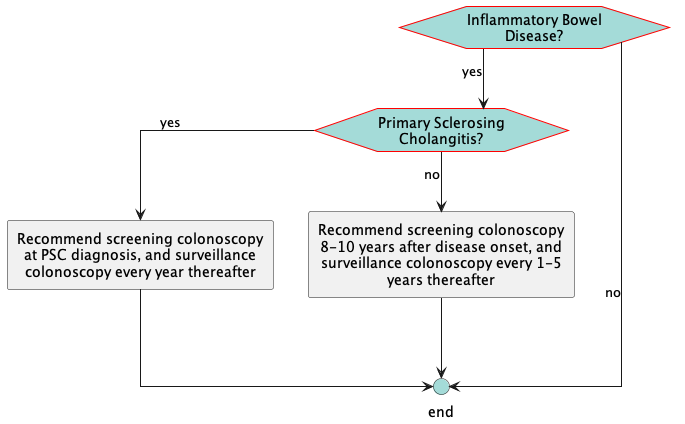
This is images/flow-IBD.png from ccsm-cds-tools/CDC-Colorectal-Cancer-Screening-CDS-L2, a PlantUML export, as it was before one commit. Source of this version:
```plantuml
@startuml
hide stereotype
skinparam linetype ortho
<style>
hexagon {
    MaximumWidth: 150
    BackGroundColor: A4DBD8
    LineThickness: 1
    LineColor: red
    HorizontalAlignment: center
}
rectangle {
    MaximumWidth: 250
    HorizontalAlignment: center
}
.end {
    BackGroundColor: #A4DBD8
}
</style>
hexagon "Inflammatory Bowel Disease?" as eve_IBD [[#eve-IBD]]
hexagon "Primary Sclerosing Cholangitis?" as eve_PSC [[#eve-PSC]]
rectangle "Recommend screening colonoscopy at PSC diagnosis, and surveillance colonoscopy every year thereafter" as act_PSCSurveillance [[#act-PSCSurveillance]]
rectangle "Recommend screening colonoscopy 8-10 years after disease onset, and surveillance colonoscopy every 1-5 years thereafter" as act_IBDSurveillance [[#act-IBDSurveillance]]
circle "end" as end_1 <<end>>
eve_IBD-->eve_PSC: yes
eve_IBD-->end_1: no
eve_PSC-->act_PSCSurveillance: yes
eve_PSC-->act_IBDSurveillance: no
act_PSCSurveillance-->end_1
act_IBDSurveillance-->end_1
@enduml
```
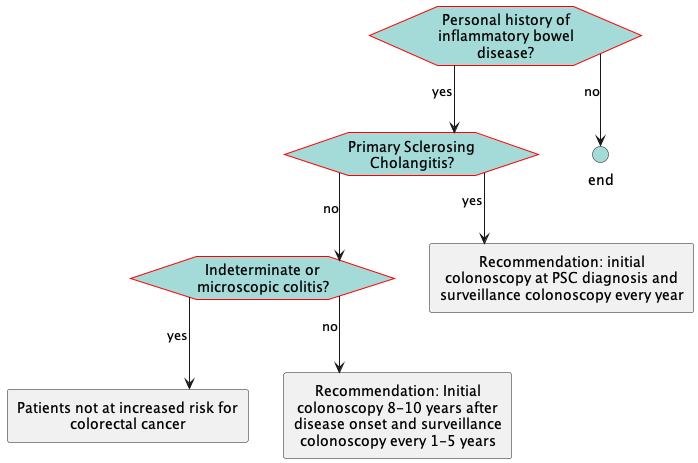
The same file after the commit.

Diff of the diagram source:
```diff
@@ -17,15 +17,17 @@
     BackGroundColor: #A4DBD8
 }
 </style>
-hexagon "Inflammatory Bowel Disease?" as eve_IBD [[#eve-IBD]]
+hexagon "Personal history of inflammatory bowel disease?" as eve_IBD [[#eve-IBD]]
 hexagon "Primary Sclerosing Cholangitis?" as eve_PSC [[#eve-PSC]]
-rectangle "Recommend screening colonoscopy at PSC diagnosis, and surveillance colonoscopy every year thereafter" as act_PSCSurveillance [[#act-PSCSurveillance]]
-rectangle "Recommend screening colonoscopy 8-10 years after disease onset, and surveillance colonoscopy every 1-5 years thereafter" as act_IBDSurveillance [[#act-IBDSurveillance]]
+hexagon "Indeterminate or microscopic colitis?" as eve_otherColitis [[#eve-otherColitis]]
 circle "end" as end_1 <<end>>
+rectangle "Recommendation: initial colonoscopy at PSC diagnosis and surveillance colonoscopy every year" as act_PSCSurveillance [[#act-PSCSurveillance]]
+rectangle "Patients not at increased risk for colorectal cancer" as act_avgRisk [[#act-avgRisk]]
+rectangle "Recommendation: Initial colonoscopy 8-10 years after disease onset and surveillance colonoscopy every 1-5 years" as act_IBDSurveillance [[#act-IBDSurveillance]]
 eve_IBD-->eve_PSC: yes
 eve_IBD-->end_1: no
 eve_PSC-->act_PSCSurveillance: yes
-eve_PSC-->act_IBDSurveillance: no
-act_PSCSurveillance-->end_1
-act_IBDSurveillance-->end_1
+eve_PSC-->eve_otherColitis: no
+eve_otherColitis-->act_avgRisk: yes
+eve_otherColitis-->act_IBDSurveillance: no
 @enduml
```
